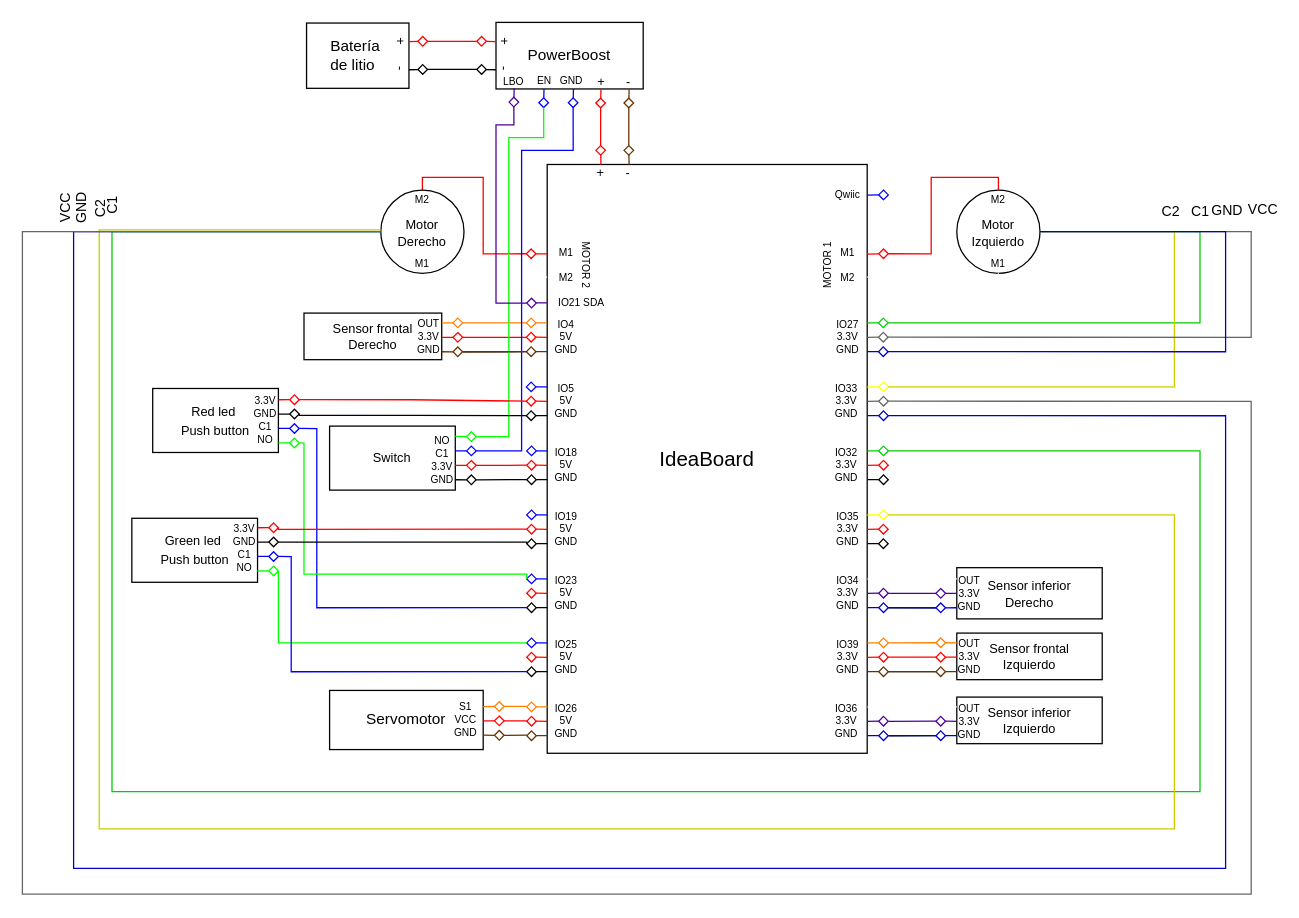
jcbrenes/Atta-Bot-STEM keeps this draw.io diagram as Docs/Diagrama_electrico_PFG.drawio.xml. Above is the earlier version. Source tidied: cells renumbered, new cells numbered last; positions are measured from the earlier drawing's top-left corner, leaving out a move shared by most shapes. Both pictures are drawn from the tidied source at 128%, with x=0, y=0 at pixel (22, -4).
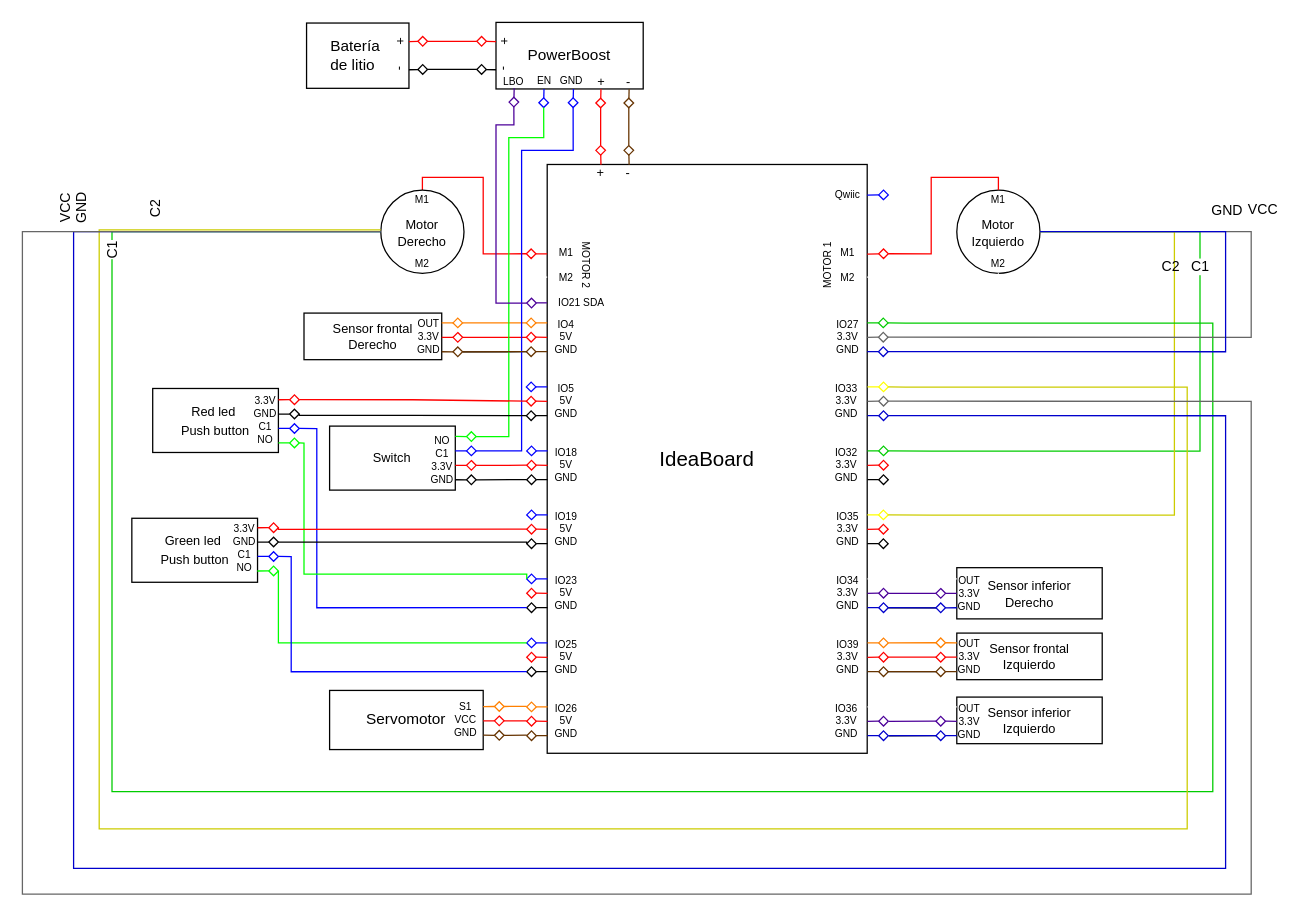
The same page after the edit.

Commit message:
Corrección diagrama

The change refers to these unchanged cells:
```xml
<mxCell id="119" style="rhombus;strokeColor=#00CC00;" parent="118" vertex="1">
  <mxGeometry x="8.8" width="7.5" height="7.5" as="geometry" />
</mxCell>
<mxCell id="126" style="rhombus;strokeColor=#FFFF00;" parent="125" vertex="1">
  <mxGeometry x="8.8" width="7.5" height="7.5" as="geometry" />
</mxCell>
<mxCell id="147" style="rhombus;strokeColor=#00CC00;" parent="146" vertex="1">
  <mxGeometry x="8.8" width="7.5" height="7.5" as="geometry" />
</mxCell>
<mxCell id="154" style="rhombus;strokeColor=#FFFF00;" parent="153" vertex="1">
  <mxGeometry x="8.8" width="7.5" height="7.5" as="geometry" />
</mxCell>
<mxCell id="174" style="group;" parent="1" vertex="1">
  <mxGeometry x="280" y="151" width="65" height="65" as="geometry" />
</mxCell>
<mxCell id="175" value="&lt;font style=&quot;font-size: 10px;&quot;&gt;Motor&lt;/font&gt;&lt;div style=&quot;font-size: 10px;&quot;&gt;&lt;font style=&quot;font-size: 10px;&quot;&gt;Derecho&lt;/font&gt;&lt;/div&gt;" style="ellipse;whiteSpace=wrap;html=1;" parent="174" vertex="1">
  <mxGeometry width="65" height="65" as="geometry" />
</mxCell>
<mxCell id="177" style="group;" parent="1" vertex="1">
  <mxGeometry x="730" y="151" width="65" height="65" as="geometry" />
</mxCell>
<mxCell id="178" value="&lt;font style=&quot;font-size: 10px;&quot;&gt;Motor&lt;/font&gt;&lt;div style=&quot;font-size: 10px;&quot;&gt;&lt;font style=&quot;font-size: 10px;&quot;&gt;Izquierdo&lt;/font&gt;&lt;/div&gt;" style="ellipse;whiteSpace=wrap;html=1;" parent="177" vertex="1">
  <mxGeometry width="65" height="65" as="geometry" />
</mxCell>
```

Diff of the diagram source:
```diff
@@
-    <mxCell id="176" value="M2&#10;&#10;&#10;&#10;&#10;M1" style="text;align=center;verticalAlign=middle;rounded=0;spacing=12;horizontal=1;textShadow=0;labelBorderColor=none;labelBackgroundColor=none;fontColor=default;fontSize=8;" parent="174" vertex="1">
+    <mxCell id="176" value="M1&#10;&#10;&#10;&#10;&#10;M2" style="text;align=center;verticalAlign=middle;rounded=0;spacing=12;horizontal=1;textShadow=0;labelBorderColor=none;labelBackgroundColor=none;fontColor=default;fontSize=8;" parent="174" vertex="1">
       <mxGeometry x="17.5" y="1.9" width="30" height="61.2" as="geometry" />
     </mxCell>
@@
-    <mxCell id="179" value="M2&#10;&#10;&#10;&#10;&#10;M1" style="text;align=center;verticalAlign=middle;rounded=0;spacing=12;horizontal=1;textShadow=0;labelBorderColor=none;labelBackgroundColor=none;fontColor=default;fontSize=8;" parent="177" vertex="1">
+    <mxCell id="179" value="M1&#10;&#10;&#10;&#10;&#10;M2" style="text;align=center;verticalAlign=middle;rounded=0;spacing=12;horizontal=1;textShadow=0;labelBorderColor=none;labelBackgroundColor=none;fontColor=default;fontSize=8;" parent="177" vertex="1">
       <mxGeometry x="17.5" y="1.9" width="30" height="61.2" as="geometry" />
     </mxCell>
@@
-    <mxCell id="182" style="edgeStyle=orthogonalEdgeStyle;rounded=0;jettySize=auto;html=1;exitX=1;exitY=0.5;exitDx=0;exitDy=0;strokeColor=#00CC00;endArrow=none;endFill=0;entryX=1;entryY=0.5;entryDx=0;entryDy=0;" parent="1" edge="1" source="178" target="119">
+    <mxCell id="182" style="edgeStyle=orthogonalEdgeStyle;rounded=0;jettySize=auto;html=1;exitX=1;exitY=0.5;exitDx=0;exitDy=0;strokeColor=#00CC00;endArrow=none;endFill=0;entryX=1;entryY=0.5;entryDx=0;entryDy=0;" parent="1" edge="1" source="178" target="147">
       <mxGeometry relative="1" as="geometry">
         <Array as="points">
           <mxPoint x="920" y="184" />
-          <mxPoint x="920" y="255" />
+          <mxPoint x="920" y="355" />
+          <mxPoint x="710" y="355" />
         </Array>
       </mxGeometry>
     </mxCell>
@@
-    <mxCell id="184" style="edgeStyle=orthogonalEdgeStyle;rounded=0;jettySize=auto;html=1;exitX=1;exitY=0.5;exitDx=0;exitDy=0;strokeColor=#CCCC00;endArrow=none;endFill=0;entryX=1;entryY=0.5;entryDx=0;entryDy=0;" parent="1" edge="1" source="178" target="126">
+    <mxCell id="184" style="edgeStyle=orthogonalEdgeStyle;rounded=0;jettySize=auto;html=1;exitX=1;exitY=0.5;exitDx=0;exitDy=0;strokeColor=#CCCC00;endArrow=none;endFill=0;entryX=1;entryY=0.5;entryDx=0;entryDy=0;" parent="1" edge="1" source="178" target="154">
       <mxGeometry relative="1" as="geometry">
         <Array as="points">
           <mxPoint x="900" y="184" />
-          <mxPoint x="900" y="305" />
+          <mxPoint x="900" y="405" />
+          <mxPoint x="710" y="405" />
         </Array>
       </mxGeometry>
     </mxCell>
@@
-    <mxCell id="186" style="edgeStyle=orthogonalEdgeStyle;rounded=0;jettySize=auto;html=1;exitX=0;exitY=0.5;exitDx=0;exitDy=0;strokeColor=#00CC00;endArrow=none;endFill=0;entryX=1;entryY=0.5;entryDx=0;entryDy=0;" parent="1" edge="1" source="175" target="147">
+    <mxCell id="186" style="edgeStyle=orthogonalEdgeStyle;rounded=0;jettySize=auto;html=1;exitX=0;exitY=0.5;exitDx=0;exitDy=0;strokeColor=#00CC00;endArrow=none;endFill=0;entryX=1;entryY=0.5;entryDx=0;entryDy=0;" parent="1" edge="1" source="175" target="119">
       <mxGeometry relative="1" as="geometry">
         <Array as="points">
-          <mxPoint x="70" y="183" />
+          <mxPoint x="70" y="184" />
           <mxPoint x="70" y="621" />
-          <mxPoint x="920" y="621" />
-          <mxPoint x="920" y="355" />
+          <mxPoint x="930" y="621" />
+          <mxPoint x="930" y="255" />
+          <mxPoint x="690" y="255" />
         </Array>
       </mxGeometry>
     </mxCell>
@@
-    <mxCell id="188" style="edgeStyle=orthogonalEdgeStyle;rounded=0;jettySize=auto;html=1;exitX=0;exitY=0.5;exitDx=0;exitDy=0;strokeColor=#CCCC00;endArrow=none;endFill=0;entryX=1;entryY=0.5;entryDx=0;entryDy=0;" parent="1" edge="1" target="154">
+    <mxCell id="188" style="edgeStyle=orthogonalEdgeStyle;rounded=0;jettySize=auto;html=1;exitX=0;exitY=0.5;exitDx=0;exitDy=0;strokeColor=#CCCC00;endArrow=none;endFill=0;entryX=1;entryY=0.5;entryDx=0;entryDy=0;" parent="1" edge="1" target="126">
       <mxGeometry relative="1" as="geometry">
         <mxPoint x="280" y="182.1" as="sourcePoint" />
         <Array as="points">
           <mxPoint x="60" y="182" />
           <mxPoint x="60" y="650" />
-          <mxPoint x="900" y="650" />
-          <mxPoint x="900" y="405" />
+          <mxPoint x="910" y="650" />
+          <mxPoint x="910" y="305" />
+          <mxPoint x="690" y="305" />
         </Array>
       </mxGeometry>
     </mxCell>
```
